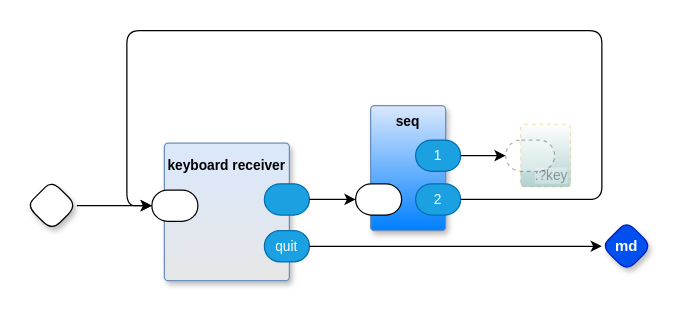
Above: pong.drawio in guitarvydas/pbp-pong (draw.io), before the change. Source tidied: cells renumbered, new cells numbered last; positions are measured from the earlier drawing's top-left corner, leaving out a move shared by most shapes. Both pictures are drawn from the tidied source at 125%, with x=0, y=0 at pixel (26, 30).
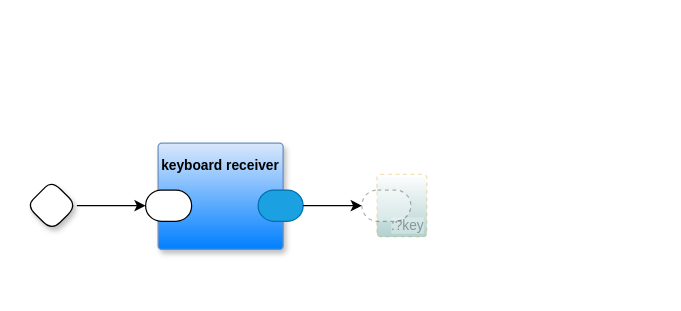
Above is the later version.

The change refers to these unchanged cells:
```xml
<mxCell id="4" style="rounded=1;whiteSpace=wrap;html=1;sketch=0;points=[[0,0.5,0,0,0],[1,0.5,0,0,0]];arcSize=50;fontFamily=Helvetica;fontSize=11;fontColor=default;labelBackgroundColor=none;" parent="2" vertex="1">
  <mxGeometry x="-10" y="37.5" width="36.8" height="25" as="geometry" />
</mxCell>
<mxCell id="7" style="rounded=1;whiteSpace=wrap;html=1;sketch=0;points=[[0,0.5,0,0,0],[1,0.5,0,0,0]];arcSize=50;fontFamily=Helvetica;fontSize=11;fontColor=default;dashed=1;textOpacity=50;opacity=30;fontStyle=0;labelBackgroundColor=default;" parent="6" vertex="1">
  <mxGeometry x="-12" y="12.5" width="39.2" height="25" as="geometry" />
</mxCell>
```

Change to the diagram source:
```diff
@@
-    <mxCell id="2" value="keyboard receiver" style="rounded=1;whiteSpace=wrap;verticalAlign=top;arcSize=6;fontStyle=1;absoluteArcSize=1;shadow=1;strokeColor=#6c8ebf;fillColor=#dae8fc;fontFamily=Helvetica;fontSize=11;gradientColor=#E6E6E6;fontColor=default;labelBackgroundColor=none;spacingTop=5;" parent="1" vertex="1">
-      <mxGeometry x="110" y="90" width="100" height="110" as="geometry" />
+    <mxCell id="2" value="keyboard receiver" style="rounded=1;whiteSpace=wrap;verticalAlign=top;arcSize=6;fontStyle=1;absoluteArcSize=1;shadow=1;strokeColor=#6c8ebf;fillColor=#dae8fc;fontFamily=Helvetica;fontSize=11;gradientColor=#007FFF;fontColor=default;labelBackgroundColor=none;spacingTop=5;" parent="1" vertex="1">
+      <mxGeometry x="105" y="90" width="100" height="85" as="geometry" />
     </mxCell>
     <mxCell id="3" style="rounded=1;whiteSpace=wrap;html=1;sketch=0;points=[[0,0.5,0,0,0],[1,0.5,0,0,0]];fillColor=#1ba1e2;fontColor=#ffffff;strokeColor=#006EAF;arcSize=50;fontFamily=Helvetica;fontSize=11;labelBackgroundColor=none;" parent="2" vertex="1">
-      <mxGeometry x="80" y="32.5" width="36" height="25" as="geometry" />
+      <mxGeometry x="80" y="37.5" width="36" height="25" as="geometry" />
     </mxCell>
@@
-    <mxCell id="5" value="quit" style="rounded=1;whiteSpace=wrap;html=1;sketch=0;points=[[0,0.5,0,0,0],[1,0.5,0,0,0]];fillColor=#1ba1e2;fontColor=#ffffff;strokeColor=#006EAF;arcSize=50;fontFamily=Helvetica;fontSize=11;labelBackgroundColor=none;" parent="2" vertex="1">
-      <mxGeometry x="80" y="70" width="36" height="25" as="geometry" />
-    </mxCell>
     <mxCell id="6" value=":?key" style="rounded=1;whiteSpace=wrap;html=1;sketch=0;verticalAlign=bottom;arcSize=6;fontStyle=0;absoluteArcSize=1;shadow=0;strokeColor=#d79b00;fillColor=#FFFFFF;fontFamily=Helvetica;fontSize=11;dashed=1;opacity=30;align=right;textOpacity=30;gradientColor=#006666;fontColor=default;labelBackgroundColor=default;" parent="1" vertex="1">
-      <mxGeometry x="395" y="75" width="40" height="50" as="geometry" />
+      <mxGeometry x="280" y="115" width="40" height="50" as="geometry" />
     </mxCell>
@@
-    <mxCell id="10" value="md" style="rhombus;whiteSpace=wrap;html=1;rounded=1;fontStyle=1;glass=0;sketch=0;fontSize=12;points=[[0,0.5,0,0,0],[0.5,0,0,0,0],[0.5,1,0,0,0],[1,0.5,0,0,0]];shadow=1;fillColor=#0050ef;fontColor=#ffffff;strokeColor=#001DBC;fontFamily=Helvetica;labelBackgroundColor=none;" parent="1" vertex="1">
-      <mxGeometry x="460" y="152.5" width="40" height="40" as="geometry" />
-    </mxCell>
-    <mxCell id="11" value="seq" style="rounded=1;whiteSpace=wrap;html=1;verticalAlign=top;arcSize=6;fontStyle=1;absoluteArcSize=1;shadow=1;strokeColor=#6c8ebf;fillColor=#dae8fc;fontFamily=Helvetica;fontSize=11;gradientColor=#007FFF;fontColor=default;labelBackgroundColor=none;" parent="1" vertex="1">
-      <mxGeometry x="275" y="60" width="60" height="100" as="geometry" />
-    </mxCell>
-    <mxCell id="12" value="1" style="rounded=1;whiteSpace=wrap;html=1;sketch=0;points=[[0,0.5,0,0,0],[1,0.5,0,0,0]];fillColor=#1ba1e2;fontColor=#ffffff;strokeColor=#006EAF;arcSize=50;fontFamily=Helvetica;fontSize=11;labelBackgroundColor=none;" parent="11" vertex="1">
-      <mxGeometry x="36" y="27.5" width="36" height="25" as="geometry" />
-    </mxCell>
-    <mxCell id="13" style="rounded=1;whiteSpace=wrap;html=1;sketch=0;points=[[0,0.5,0,0,0],[1,0.5,0,0,0]];arcSize=50;fontFamily=Helvetica;fontSize=11;fontColor=default;labelBackgroundColor=none;" parent="11" vertex="1">
-      <mxGeometry x="-12" y="62.5" width="36.8" height="25" as="geometry" />
-    </mxCell>
-    <mxCell id="14" value="2" style="rounded=1;whiteSpace=wrap;html=1;sketch=0;points=[[0,0.5,0,0,0],[1,0.5,0,0,0]];fillColor=#1ba1e2;fontColor=#ffffff;strokeColor=#006EAF;arcSize=50;fontFamily=Helvetica;fontSize=11;labelBackgroundColor=none;" parent="11" vertex="1">
-      <mxGeometry x="36" y="62.5" width="36" height="25" as="geometry" />
-    </mxCell>
-    <mxCell id="15" style="edgeStyle=orthogonalEdgeStyle;shape=connector;curved=0;rounded=1;jumpStyle=gap;jettySize=auto;html=1;exitX=1;exitY=0.5;exitDx=0;exitDy=0;exitPerimeter=0;entryX=0;entryY=0.5;entryDx=0;entryDy=0;entryPerimeter=0;strokeColor=default;align=center;verticalAlign=middle;fontFamily=Helvetica;fontSize=11;fontColor=default;labelBackgroundColor=default;endArrow=classic;" parent="1" edge="1" source="3" target="13">
-      <mxGeometry relative="1" as="geometry" />
-    </mxCell>
-    <mxCell id="16" style="edgeStyle=orthogonalEdgeStyle;shape=connector;curved=0;rounded=1;jumpStyle=gap;jettySize=auto;html=1;exitX=1;exitY=0.5;exitDx=0;exitDy=0;exitPerimeter=0;entryX=0;entryY=0.5;entryDx=0;entryDy=0;entryPerimeter=0;strokeColor=default;align=center;verticalAlign=middle;fontFamily=Helvetica;fontSize=11;fontColor=default;labelBackgroundColor=default;endArrow=classic;" parent="1" edge="1" source="12" target="7">
-      <mxGeometry relative="1" as="geometry" />
-    </mxCell>
-    <mxCell id="17" style="edgeStyle=orthogonalEdgeStyle;shape=connector;curved=0;rounded=1;jumpStyle=gap;jettySize=auto;html=1;exitX=1;exitY=0.5;exitDx=0;exitDy=0;exitPerimeter=0;entryX=0;entryY=0.5;entryDx=0;entryDy=0;entryPerimeter=0;strokeColor=default;align=center;verticalAlign=middle;fontFamily=Helvetica;fontSize=11;fontColor=default;labelBackgroundColor=default;endArrow=classic;" parent="1" edge="1" source="14" target="4">
-      <mxGeometry relative="1" as="geometry">
-        <Array as="points">
-          <mxPoint x="460" y="135" />
-          <mxPoint x="460" />
-          <mxPoint x="80" />
-          <mxPoint x="80" y="140" />
-        </Array>
-      </mxGeometry>
-    </mxCell>
-    <mxCell id="18" style="edgeStyle=orthogonalEdgeStyle;shape=connector;curved=0;rounded=1;jumpStyle=gap;jettySize=auto;html=1;exitX=1;exitY=0.5;exitDx=0;exitDy=0;exitPerimeter=0;entryX=0;entryY=0.5;entryDx=0;entryDy=0;entryPerimeter=0;strokeColor=default;align=center;verticalAlign=middle;fontFamily=Helvetica;fontSize=11;fontColor=default;labelBackgroundColor=default;endArrow=classic;" parent="1" edge="1" source="5" target="10">
-      <mxGeometry relative="1" as="geometry" />
-    </mxCell>
+    <mxCell id="19" style="edgeStyle=orthogonalEdgeStyle;shape=connector;curved=0;rounded=1;jumpStyle=gap;jettySize=auto;html=1;exitX=1;exitY=0.5;exitDx=0;exitDy=0;exitPerimeter=0;entryX=0;entryY=0.5;entryDx=0;entryDy=0;entryPerimeter=0;strokeColor=default;align=center;verticalAlign=middle;fontFamily=Helvetica;fontSize=11;fontColor=default;labelBackgroundColor=default;endArrow=classic;" parent="1" edge="1" source="3" target="7">
+      <mxGeometry relative="1" as="geometry" />
+    </mxCell>
```
